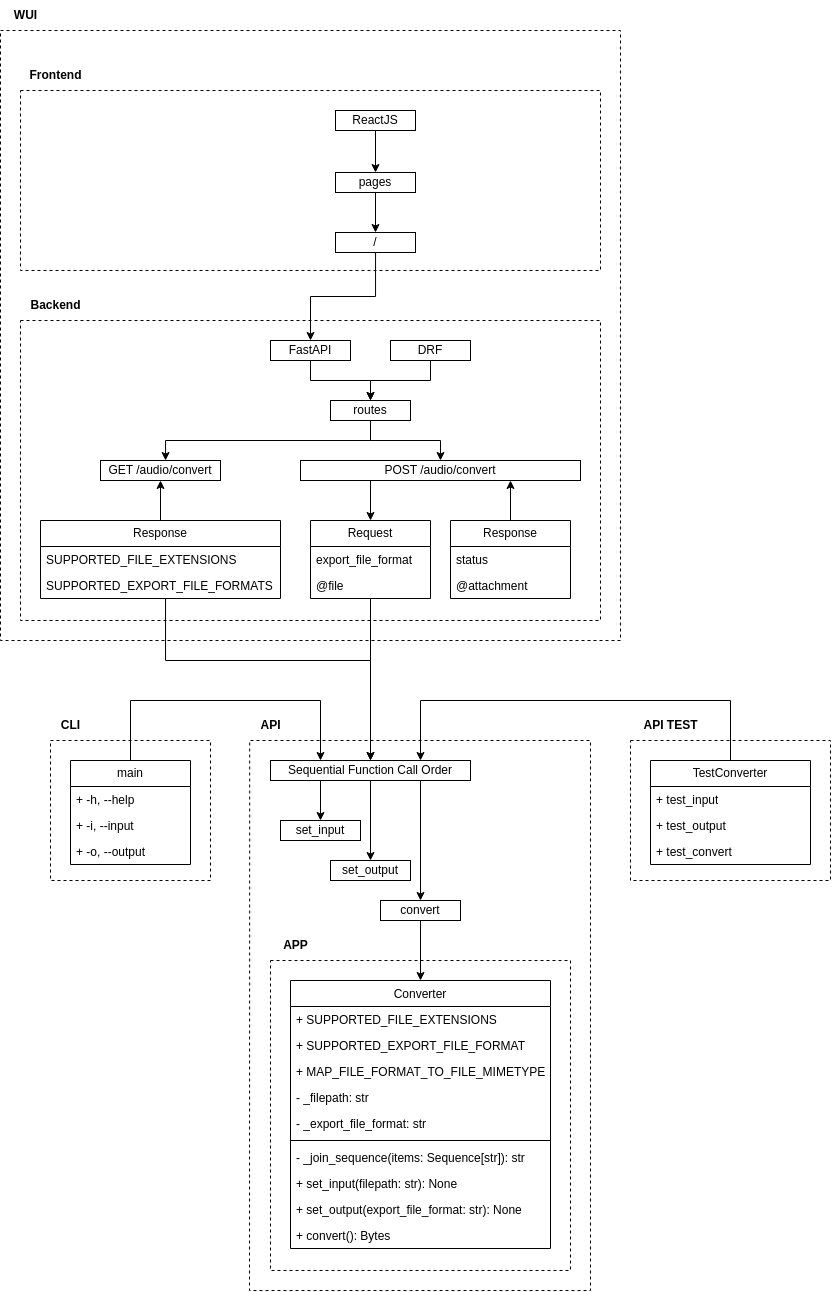
ames0k0/TP--Audio-File-Converter keeps this draw.io diagram as _readme/Diagram-WUI.drawio.png. Above is the earlier version. Source tidied: cells renumbered, new cells last; positions are measured from the earlier drawing's top-left corner, leaving out a move shared by most shapes.
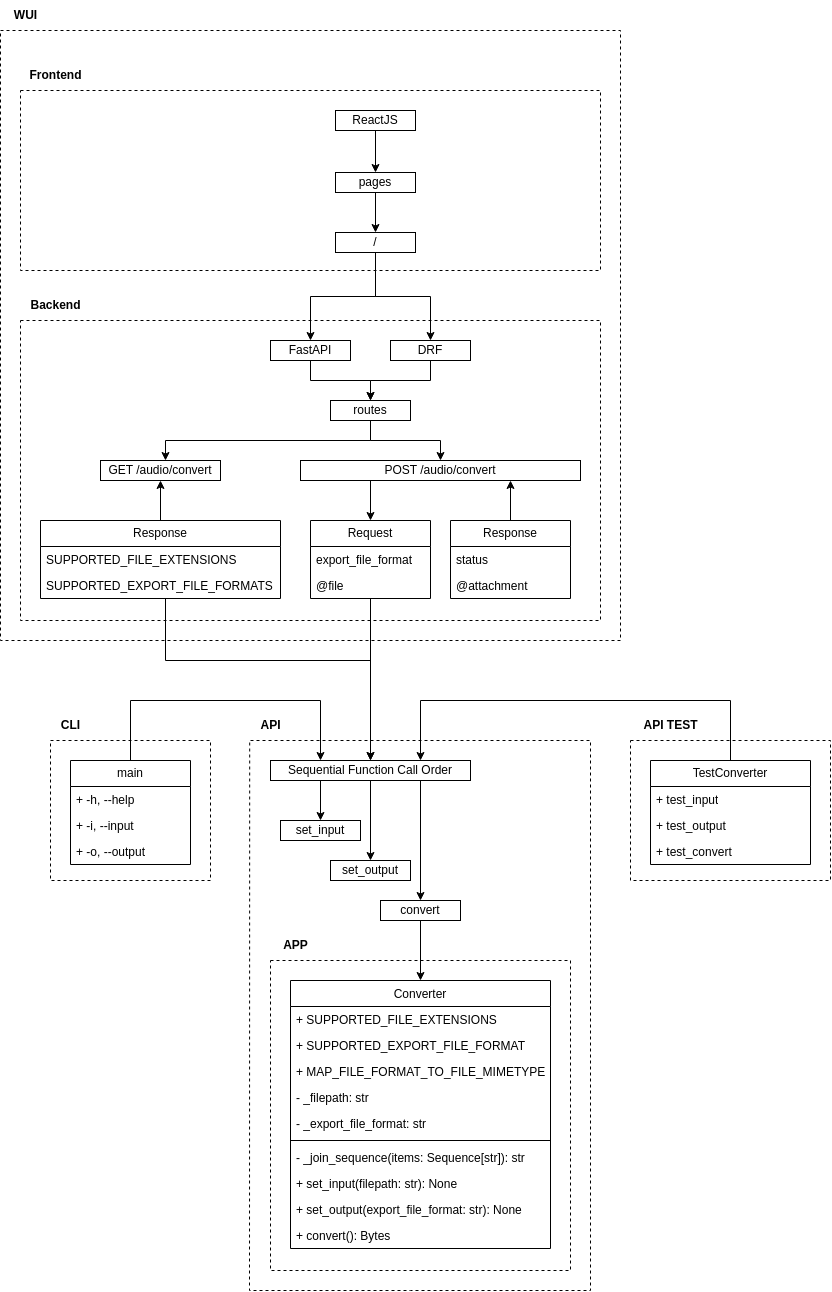
After the change.

Diff of the diagram source:
```diff
@@ -295,6 +295,9 @@
     <mxCell id="72" style="edgeStyle=orthogonalEdgeStyle;rounded=0;jettySize=auto;html=1;" parent="1" edge="1" source="73" target="57">
       <mxGeometry relative="1" as="geometry" />
     </mxCell>
+    <mxCell id="74" style="edgeStyle=orthogonalEdgeStyle;rounded=0;jettySize=auto;html=1;" parent="1" edge="1" source="73" target="65">
+      <mxGeometry relative="1" as="geometry" />
+    </mxCell>
     <mxCell id="73" value="/" style="whiteSpace=wrap;html=1;" parent="1" vertex="1">
       <mxGeometry x="335" y="232" width="80" height="20" as="geometry" />
     </mxCell>
```
